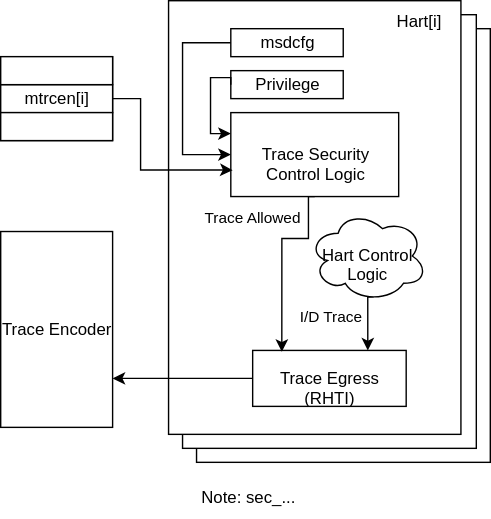
Above: images/external_debug_trace.svg in riscv-non-isa/riscv-external-debug-security (draw.io), before the change. Source tidied: cells renumbered, new cells last; positions are measured from the earlier drawing's top-left corner, leaving out a move shared by most shapes.
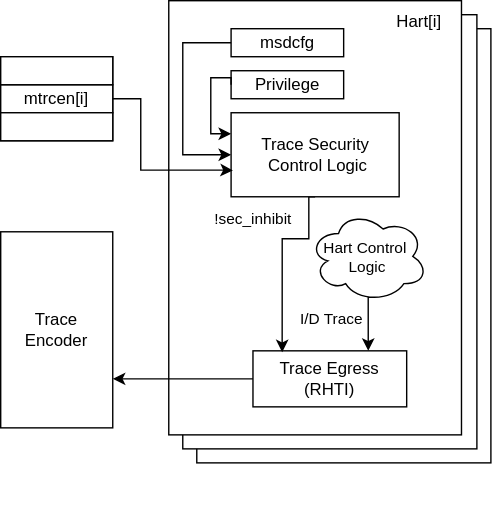
The same diagram one commit later.

Commit message:
Align psecdbgen ownership and trace gating

The edit, as a diff of the source:
```diff
@@ -47,7 +47,7 @@
         </Array>
       </mxGeometry>
     </mxCell>
-    <mxCell id="15" value="Trace Allowed" style="edgeLabel;html=1;align=center;verticalAlign=middle;" parent="14" vertex="1">
+    <mxCell id="15" value="!sec_inhibit" style="edgeLabel;html=1;align=center;verticalAlign=middle;" parent="14" vertex="1">
       <mxGeometry x="-0.04" y="-2" relative="1" as="geometry">
         <mxPoint x="-19" y="-25" as="offset" />
       </mxGeometry>
@@ -98,9 +98,6 @@
         </Array>
       </mxGeometry>
     </mxCell>
-    <mxCell id="25" value="Note:&amp;nbsp;&lt;span style=&quot;font-size: 11px; text-wrap: nowrap; background-color: rgb(255, 255, 255);&quot;&gt;sec_inhibit is a sideband signal in trace egress port&lt;/span&gt;" style="text;html=1;align=center;verticalAlign=middle;whiteSpace=wrap;rounded=0;" parent="2" vertex="1">
-      <mxGeometry x="147.2" y="340" width="60" height="30" as="geometry" />
-    </mxCell>
     <mxCell id="26" value="Trace Security&lt;div&gt;&amp;nbsp;Control Logic&lt;/div&gt;" style="text;html=1;align=center;verticalAlign=middle;whiteSpace=wrap;rounded=0;" parent="2" vertex="1">
       <mxGeometry x="170" y="95" width="110" height="30" as="geometry" />
     </mxCell>
```
